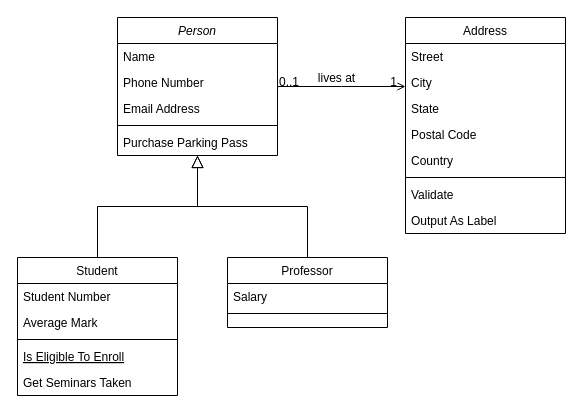
Earlier version of the draw.io diagram diagrama classe de dominio.drawio (cardosoerika/cardosoerika). Source tidied: cells renumbered, new cells numbered last; positions are measured from the earlier drawing's top-left corner, leaving out a move shared by most shapes. Both pictures are drawn from the tidied source at 100%, with x=0, y=0 at pixel (17, 17).
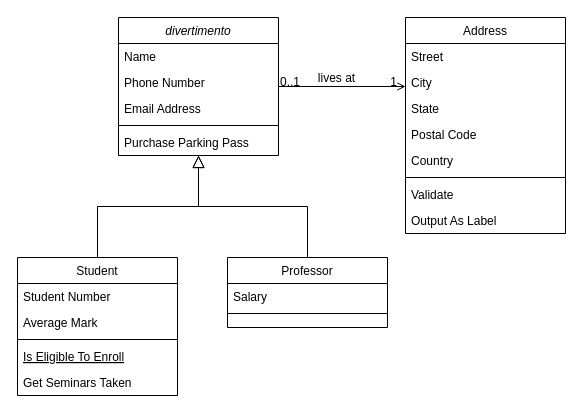
Above is the later version.

The edit, as a diff of the source:
```diff
@@
-    <mxCell id="2" value="Person" style="swimlane;fontStyle=2;align=center;verticalAlign=top;horizontal=1;startSize=26;rounded=0;shadow=0;strokeWidth=1;" parent="1" vertex="1">
-      <mxGeometry x="100" width="160" height="138" as="geometry" />
+    <mxCell id="2" value="divertimento" style="swimlane;fontStyle=2;align=center;verticalAlign=top;horizontal=1;startSize=26;rounded=0;shadow=0;strokeWidth=1;" parent="1" vertex="1">
+      <mxGeometry x="101" width="160" height="138" as="geometry" />
     </mxCell>
```
